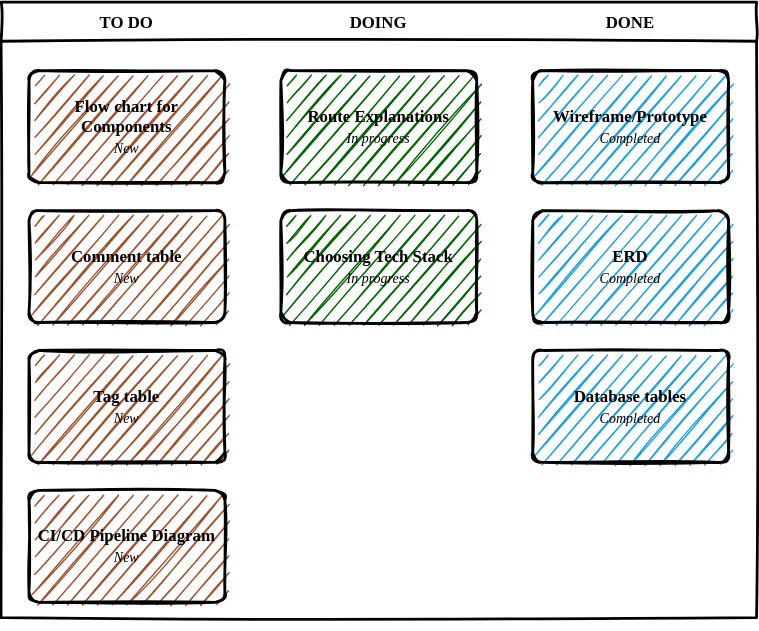
The draw.io diagram planning/FlashnerdsKanBan.drawio.svg in Diogenesoftoronto/flashnerds, before a commit. Source tidied: cells renumbered, new cells last; positions are measured from the earlier drawing's top-left corner, leaving out a move shared by most shapes. Its diagram source:
```xml
<mxGraphModel>
  <root>
    <mxCell id="0" />
    <mxCell id="1" parent="0" />
    <mxCell id="2" style="swimlane;fontStyle=2;horizontal=1;startSize=28;swimlaneFillColor=none;fontFamily=Permanent Marker;fontSize=16;verticalAlign=top;stackBorder=0;strokeWidth=2;sketch=1;disableMultiStroke=1;" parent="1" vertex="1">
      <mxGeometry width="540" height="440" as="geometry" />
    </mxCell>
    <mxCell id="3" value="TO DO" style="swimlane;strokeWidth=2;fontFamily=Permanent Marker;html=0;startSize=1;verticalAlign=bottom;spacingBottom=5;stackBorder=20;sketch=1;strokeColor=none;fillStyle=solid;fillColor=#A0522D;" parent="2" vertex="1">
      <mxGeometry y="28" width="180" height="421" as="geometry" />
    </mxCell>
    <object id="4" label="Flow chart for Components&lt;br&gt;&lt;span style=&quot;font-weight: normal&quot;&gt;&lt;i&gt;&lt;font style=&quot;font-size: 10px&quot;&gt;%status%&lt;/font&gt;&lt;/i&gt;&lt;/span&gt;" placeholders="1">
      <mxCell style="whiteSpace=wrap;html=1;strokeWidth=2;fillColor=swimlane;fontStyle=1;spacingTop=0;rounded=1;arcSize=9;sketch=1;fontFamily=Permanent Marker;hachureGap=8;fillWeight=1;" parent="3" vertex="1">
        <mxGeometry x="20" y="21" width="140" height="80" as="geometry" />
      </mxCell>
    </object>
    <object id="5" label="Comment table&lt;br&gt;&lt;span style=&quot;font-weight: normal&quot;&gt;&lt;i&gt;&lt;font style=&quot;font-size: 10px&quot;&gt;%status%&lt;/font&gt;&lt;/i&gt;&lt;/span&gt;" placeholders="1">
      <mxCell style="whiteSpace=wrap;html=1;strokeWidth=2;fillColor=swimlane;fontStyle=1;spacingTop=0;rounded=1;arcSize=9;sketch=1;fontFamily=Permanent Marker;hachureGap=8;fillWeight=1;" parent="3" vertex="1">
        <mxGeometry x="20" y="121" width="140" height="80" as="geometry" />
      </mxCell>
    </object>
    <object id="6" label="Tag table&lt;br&gt;&lt;span style=&quot;font-weight: normal&quot;&gt;&lt;i&gt;&lt;font style=&quot;font-size: 10px&quot;&gt;%status%&lt;/font&gt;&lt;/i&gt;&lt;/span&gt;" placeholders="1">
      <mxCell style="whiteSpace=wrap;html=1;strokeWidth=2;fillColor=swimlane;fontStyle=1;spacingTop=0;rounded=1;arcSize=9;sketch=1;fontFamily=Permanent Marker;hachureGap=8;fillWeight=1;" parent="3" vertex="1">
        <mxGeometry x="20" y="221" width="140" height="80" as="geometry" />
      </mxCell>
    </object>
    <object id="7" label="CI/CD Pipeline Diagram&lt;br&gt;&lt;span style=&quot;font-weight: normal&quot;&gt;&lt;i&gt;&lt;font style=&quot;font-size: 10px&quot;&gt;%status%&lt;/font&gt;&lt;/i&gt;&lt;/span&gt;" placeholders="1">
      <mxCell style="whiteSpace=wrap;html=1;strokeWidth=2;fillColor=swimlane;fontStyle=1;spacingTop=0;rounded=1;arcSize=9;sketch=1;fontFamily=Permanent Marker;hachureGap=8;fillWeight=1;" parent="3" vertex="1">
        <mxGeometry x="20" y="321" width="140" height="80" as="geometry" />
      </mxCell>
    </object>
    <mxCell id="8" value="DOING" style="swimlane;strokeWidth=2;fontFamily=Permanent Marker;html=0;startSize=1;verticalAlign=bottom;spacingBottom=5;stackBorder=20;sketch=1;strokeColor=none;fillStyle=solid;fillColor=#006600;" parent="2" vertex="1">
      <mxGeometry x="180" y="28" width="180" height="412" as="geometry" />
    </mxCell>
    <object id="9" label="Route Explanations&lt;br&gt;&lt;span style=&quot;font-weight: normal&quot;&gt;&lt;i&gt;&lt;font style=&quot;font-size: 10px&quot;&gt;%status%&lt;/font&gt;&lt;/i&gt;&lt;/span&gt;" placeholders="1">
      <mxCell style="whiteSpace=wrap;html=1;strokeWidth=2;fillColor=swimlane;fontStyle=1;spacingTop=0;rounded=1;arcSize=9;sketch=1;fontFamily=Permanent Marker;hachureGap=8;fillWeight=1;" parent="8" vertex="1">
        <mxGeometry x="20" y="21" width="140" height="80" as="geometry" />
      </mxCell>
    </object>
    <object id="10" label="Choosing Tech Stack&lt;br&gt;&lt;span style=&quot;font-weight: normal&quot;&gt;&lt;i&gt;&lt;font style=&quot;font-size: 10px&quot;&gt;%status%&lt;/font&gt;&lt;/i&gt;&lt;/span&gt;" placeholders="1">
      <mxCell style="whiteSpace=wrap;html=1;strokeWidth=2;fillColor=swimlane;fontStyle=1;spacingTop=0;rounded=1;arcSize=9;sketch=1;fontFamily=Permanent Marker;hachureGap=8;fillWeight=1;" parent="8" vertex="1">
        <mxGeometry x="20" y="121" width="140" height="80" as="geometry" />
      </mxCell>
    </object>
    <mxCell id="11" value="DONE" style="swimlane;strokeWidth=2;fontFamily=Permanent Marker;html=0;startSize=1;verticalAlign=bottom;spacingBottom=5;stackBorder=20;sketch=1;strokeColor=none;fillStyle=solid;fillColor=#1BA1E2;" parent="2" vertex="1">
      <mxGeometry x="360" y="28" width="180" height="412" as="geometry" />
    </mxCell>
    <object id="12" label="Wireframe/Prototype&lt;br&gt;&lt;span style=&quot;font-weight: normal&quot;&gt;&lt;i&gt;&lt;font style=&quot;font-size: 10px&quot;&gt;%status%&lt;/font&gt;&lt;/i&gt;&lt;/span&gt;" placeholders="1">
      <mxCell style="whiteSpace=wrap;html=1;strokeWidth=2;fillColor=swimlane;fontStyle=1;spacingTop=0;rounded=1;arcSize=9;sketch=1;fontFamily=Permanent Marker;hachureGap=8;fillWeight=1;" parent="11" vertex="1">
        <mxGeometry x="20" y="21" width="140" height="80" as="geometry" />
      </mxCell>
    </object>
    <object id="13" label="ERD&lt;br&gt;&lt;span style=&quot;font-weight: normal&quot;&gt;&lt;i&gt;&lt;font style=&quot;font-size: 10px&quot;&gt;%status%&lt;/font&gt;&lt;/i&gt;&lt;/span&gt;" placeholders="1">
      <mxCell style="whiteSpace=wrap;html=1;strokeWidth=2;fillColor=swimlane;fontStyle=1;spacingTop=0;rounded=1;arcSize=9;sketch=1;fontFamily=Permanent Marker;hachureGap=8;fillWeight=1;" parent="11" vertex="1">
        <mxGeometry x="20" y="121" width="140" height="80" as="geometry" />
      </mxCell>
    </object>
    <object id="14" label="Database tables&lt;br&gt;&lt;span style=&quot;font-weight: normal&quot;&gt;&lt;i&gt;&lt;font style=&quot;font-size: 10px&quot;&gt;%status%&lt;/font&gt;&lt;/i&gt;&lt;/span&gt;" placeholders="1">
      <mxCell style="whiteSpace=wrap;html=1;strokeWidth=2;fillColor=swimlane;fontStyle=1;spacingTop=0;rounded=1;arcSize=9;sketch=1;fontFamily=Permanent Marker;hachureGap=8;fillWeight=1;" parent="11" vertex="1">
        <mxGeometry x="20" y="221" width="140" height="80" as="geometry" />
      </mxCell>
    </object>
  </root>
</mxGraphModel>
```
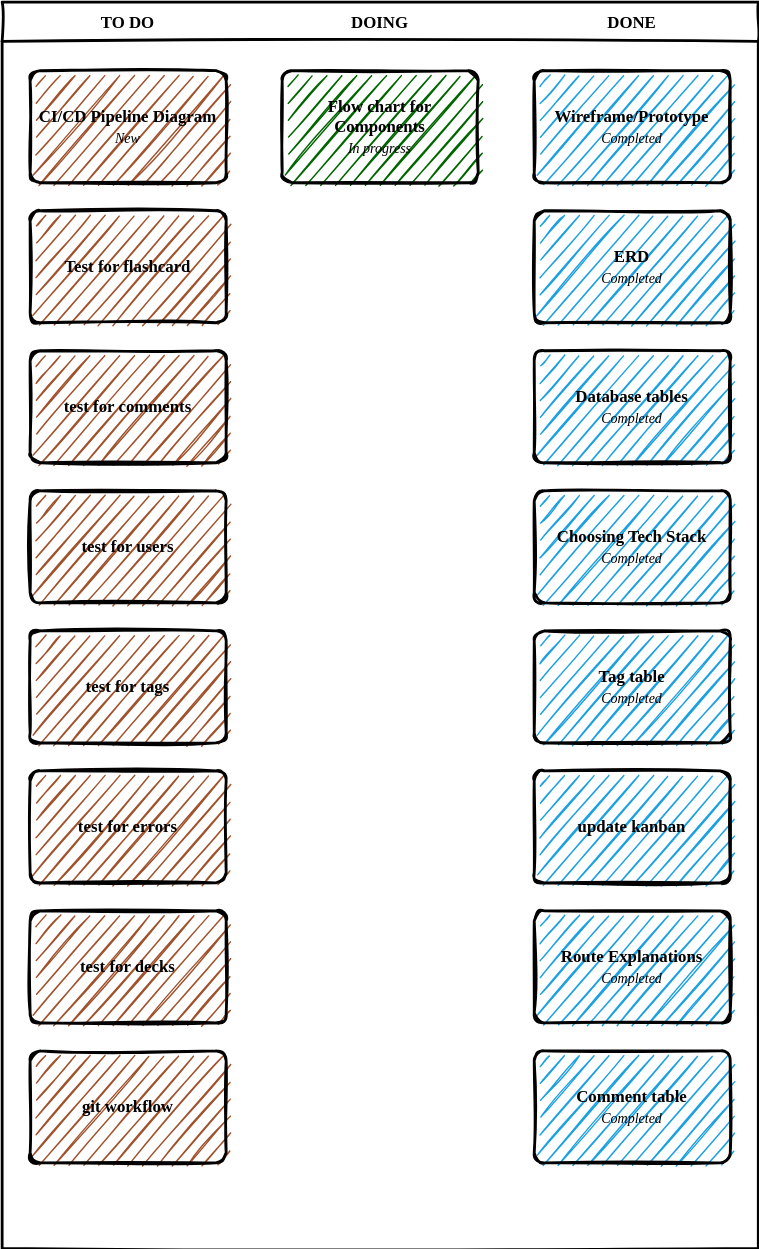
After the commit.

Commit message:
all charts updated and added flowchart for flashcards

The edit, as a diff of the source:
```diff
@@ -3,46 +3,47 @@
     <mxCell id="0" />
     <mxCell id="1" parent="0" />
     <mxCell id="2" style="swimlane;fontStyle=2;horizontal=1;startSize=28;swimlaneFillColor=none;fontFamily=Permanent Marker;fontSize=16;verticalAlign=top;stackBorder=0;strokeWidth=2;sketch=1;disableMultiStroke=1;" parent="1" vertex="1">
-      <mxGeometry width="540" height="440" as="geometry" />
+      <mxGeometry width="540" height="890" as="geometry" />
     </mxCell>
     <mxCell id="3" value="TO DO" style="swimlane;strokeWidth=2;fontFamily=Permanent Marker;html=0;startSize=1;verticalAlign=bottom;spacingBottom=5;stackBorder=20;sketch=1;strokeColor=none;fillStyle=solid;fillColor=#A0522D;" parent="2" vertex="1">
-      <mxGeometry y="28" width="180" height="421" as="geometry" />
+      <mxGeometry y="28" width="180" height="862" as="geometry" />
     </mxCell>
+    <object id="7" label="CI/CD Pipeline Diagram&lt;br&gt;&lt;span style=&quot;font-weight: normal&quot;&gt;&lt;i&gt;&lt;font style=&quot;font-size: 10px&quot;&gt;%status%&lt;/font&gt;&lt;/i&gt;&lt;/span&gt;" placeholders="1">
+      <mxCell style="whiteSpace=wrap;html=1;strokeWidth=2;fillColor=swimlane;fontStyle=1;spacingTop=0;rounded=1;arcSize=9;sketch=1;fontFamily=Permanent Marker;hachureGap=8;fillWeight=1;" parent="3" vertex="1">
+        <mxGeometry x="20" y="21" width="140" height="80" as="geometry" />
+      </mxCell>
+    </object>
+    <mxCell id="15" value="Test for flashcard" style="whiteSpace=wrap;html=1;strokeWidth=2;fillColor=swimlane;fontStyle=1;spacingTop=0;rounded=1;arcSize=9;sketch=1;fontFamily=Permanent Marker;hachureGap=8;fillWeight=1;" parent="3" vertex="1">
+      <mxGeometry x="20" y="121" width="140" height="80" as="geometry" />
+    </mxCell>
+    <mxCell id="16" value="test for comments" style="whiteSpace=wrap;html=1;strokeWidth=2;fillColor=swimlane;fontStyle=1;spacingTop=0;rounded=1;arcSize=9;sketch=1;fontFamily=Permanent Marker;hachureGap=8;fillWeight=1;" parent="3" vertex="1">
+      <mxGeometry x="20" y="221" width="140" height="80" as="geometry" />
+    </mxCell>
+    <mxCell id="17" value="test for users" style="whiteSpace=wrap;html=1;strokeWidth=2;fillColor=swimlane;fontStyle=1;spacingTop=0;rounded=1;arcSize=9;sketch=1;fontFamily=Permanent Marker;hachureGap=8;fillWeight=1;" parent="3" vertex="1">
+      <mxGeometry x="20" y="321" width="140" height="80" as="geometry" />
+    </mxCell>
+    <mxCell id="18" value="test for tags" style="whiteSpace=wrap;html=1;strokeWidth=2;fillColor=swimlane;fontStyle=1;spacingTop=0;rounded=1;arcSize=9;sketch=1;fontFamily=Permanent Marker;hachureGap=8;fillWeight=1;" parent="3" vertex="1">
+      <mxGeometry x="20" y="421" width="140" height="80" as="geometry" />
+    </mxCell>
+    <mxCell id="19" value="test for errors" style="whiteSpace=wrap;html=1;strokeWidth=2;fillColor=swimlane;fontStyle=1;spacingTop=0;rounded=1;arcSize=9;sketch=1;fontFamily=Permanent Marker;hachureGap=8;fillWeight=1;" parent="3" vertex="1">
+      <mxGeometry x="20" y="521" width="140" height="80" as="geometry" />
+    </mxCell>
+    <mxCell id="20" value="test for decks" style="whiteSpace=wrap;html=1;strokeWidth=2;fillColor=swimlane;fontStyle=1;spacingTop=0;rounded=1;arcSize=9;sketch=1;fontFamily=Permanent Marker;hachureGap=8;fillWeight=1;" parent="3" vertex="1">
+      <mxGeometry x="20" y="621" width="140" height="80" as="geometry" />
+    </mxCell>
+    <mxCell id="21" value="git workflow" style="whiteSpace=wrap;html=1;strokeWidth=2;fillColor=swimlane;fontStyle=1;spacingTop=0;rounded=1;arcSize=9;sketch=1;fontFamily=Permanent Marker;hachureGap=8;fillWeight=1;" parent="3" vertex="1">
+      <mxGeometry x="20" y="721" width="140" height="80" as="geometry" />
+    </mxCell>
+    <mxCell id="8" value="DOING" style="swimlane;strokeWidth=2;fontFamily=Permanent Marker;html=0;startSize=1;verticalAlign=bottom;spacingBottom=5;stackBorder=20;sketch=1;strokeColor=none;fillStyle=solid;fillColor=#006600;" parent="2" vertex="1">
+      <mxGeometry x="180" y="28" width="180" height="862" as="geometry" />
+    </mxCell>
     <object id="4" label="Flow chart for Components&lt;br&gt;&lt;span style=&quot;font-weight: normal&quot;&gt;&lt;i&gt;&lt;font style=&quot;font-size: 10px&quot;&gt;%status%&lt;/font&gt;&lt;/i&gt;&lt;/span&gt;" placeholders="1">
-      <mxCell style="whiteSpace=wrap;html=1;strokeWidth=2;fillColor=swimlane;fontStyle=1;spacingTop=0;rounded=1;arcSize=9;sketch=1;fontFamily=Permanent Marker;hachureGap=8;fillWeight=1;" parent="3" vertex="1">
+      <mxCell style="whiteSpace=wrap;html=1;strokeWidth=2;fillColor=swimlane;fontStyle=1;spacingTop=0;rounded=1;arcSize=9;sketch=1;fontFamily=Permanent Marker;hachureGap=8;fillWeight=1;" parent="8" vertex="1">
         <mxGeometry x="20" y="21" width="140" height="80" as="geometry" />
       </mxCell>
     </object>
-    <object id="5" label="Comment table&lt;br&gt;&lt;span style=&quot;font-weight: normal&quot;&gt;&lt;i&gt;&lt;font style=&quot;font-size: 10px&quot;&gt;%status%&lt;/font&gt;&lt;/i&gt;&lt;/span&gt;" placeholders="1">
-      <mxCell style="whiteSpace=wrap;html=1;strokeWidth=2;fillColor=swimlane;fontStyle=1;spacingTop=0;rounded=1;arcSize=9;sketch=1;fontFamily=Permanent Marker;hachureGap=8;fillWeight=1;" parent="3" vertex="1">
-        <mxGeometry x="20" y="121" width="140" height="80" as="geometry" />
-      </mxCell>
-    </object>
-    <object id="6" label="Tag table&lt;br&gt;&lt;span style=&quot;font-weight: normal&quot;&gt;&lt;i&gt;&lt;font style=&quot;font-size: 10px&quot;&gt;%status%&lt;/font&gt;&lt;/i&gt;&lt;/span&gt;" placeholders="1">
-      <mxCell style="whiteSpace=wrap;html=1;strokeWidth=2;fillColor=swimlane;fontStyle=1;spacingTop=0;rounded=1;arcSize=9;sketch=1;fontFamily=Permanent Marker;hachureGap=8;fillWeight=1;" parent="3" vertex="1">
-        <mxGeometry x="20" y="221" width="140" height="80" as="geometry" />
-      </mxCell>
-    </object>
-    <object id="7" label="CI/CD Pipeline Diagram&lt;br&gt;&lt;span style=&quot;font-weight: normal&quot;&gt;&lt;i&gt;&lt;font style=&quot;font-size: 10px&quot;&gt;%status%&lt;/font&gt;&lt;/i&gt;&lt;/span&gt;" placeholders="1">
-      <mxCell style="whiteSpace=wrap;html=1;strokeWidth=2;fillColor=swimlane;fontStyle=1;spacingTop=0;rounded=1;arcSize=9;sketch=1;fontFamily=Permanent Marker;hachureGap=8;fillWeight=1;" parent="3" vertex="1">
-        <mxGeometry x="20" y="321" width="140" height="80" as="geometry" />
-      </mxCell>
-    </object>
-    <mxCell id="8" value="DOING" style="swimlane;strokeWidth=2;fontFamily=Permanent Marker;html=0;startSize=1;verticalAlign=bottom;spacingBottom=5;stackBorder=20;sketch=1;strokeColor=none;fillStyle=solid;fillColor=#006600;" parent="2" vertex="1">
-      <mxGeometry x="180" y="28" width="180" height="412" as="geometry" />
-    </mxCell>
-    <object id="9" label="Route Explanations&lt;br&gt;&lt;span style=&quot;font-weight: normal&quot;&gt;&lt;i&gt;&lt;font style=&quot;font-size: 10px&quot;&gt;%status%&lt;/font&gt;&lt;/i&gt;&lt;/span&gt;" placeholders="1">
-      <mxCell style="whiteSpace=wrap;html=1;strokeWidth=2;fillColor=swimlane;fontStyle=1;spacingTop=0;rounded=1;arcSize=9;sketch=1;fontFamily=Permanent Marker;hachureGap=8;fillWeight=1;" parent="8" vertex="1">
-        <mxGeometry x="20" y="21" width="140" height="80" as="geometry" />
-      </mxCell>
-    </object>
-    <object id="10" label="Choosing Tech Stack&lt;br&gt;&lt;span style=&quot;font-weight: normal&quot;&gt;&lt;i&gt;&lt;font style=&quot;font-size: 10px&quot;&gt;%status%&lt;/font&gt;&lt;/i&gt;&lt;/span&gt;" placeholders="1">
-      <mxCell style="whiteSpace=wrap;html=1;strokeWidth=2;fillColor=swimlane;fontStyle=1;spacingTop=0;rounded=1;arcSize=9;sketch=1;fontFamily=Permanent Marker;hachureGap=8;fillWeight=1;" parent="8" vertex="1">
-        <mxGeometry x="20" y="121" width="140" height="80" as="geometry" />
-      </mxCell>
-    </object>
     <mxCell id="11" value="DONE" style="swimlane;strokeWidth=2;fontFamily=Permanent Marker;html=0;startSize=1;verticalAlign=bottom;spacingBottom=5;stackBorder=20;sketch=1;strokeColor=none;fillStyle=solid;fillColor=#1BA1E2;" parent="2" vertex="1">
-      <mxGeometry x="360" y="28" width="180" height="412" as="geometry" />
+      <mxGeometry x="360" y="28" width="180" height="862" as="geometry" />
     </mxCell>
     <object id="12" label="Wireframe/Prototype&lt;br&gt;&lt;span style=&quot;font-weight: normal&quot;&gt;&lt;i&gt;&lt;font style=&quot;font-size: 10px&quot;&gt;%status%&lt;/font&gt;&lt;/i&gt;&lt;/span&gt;" placeholders="1">
       <mxCell style="whiteSpace=wrap;html=1;strokeWidth=2;fillColor=swimlane;fontStyle=1;spacingTop=0;rounded=1;arcSize=9;sketch=1;fontFamily=Permanent Marker;hachureGap=8;fillWeight=1;" parent="11" vertex="1">
@@ -59,5 +60,28 @@
         <mxGeometry x="20" y="221" width="140" height="80" as="geometry" />
       </mxCell>
     </object>
+    <object id="10" label="Choosing Tech Stack&lt;br&gt;&lt;span style=&quot;font-weight: normal&quot;&gt;&lt;i&gt;&lt;font style=&quot;font-size: 10px&quot;&gt;%status%&lt;/font&gt;&lt;/i&gt;&lt;/span&gt;" placeholders="1">
+      <mxCell style="whiteSpace=wrap;html=1;strokeWidth=2;fillColor=swimlane;fontStyle=1;spacingTop=0;rounded=1;arcSize=9;sketch=1;fontFamily=Permanent Marker;hachureGap=8;fillWeight=1;" parent="11" vertex="1">
+        <mxGeometry x="20" y="321" width="140" height="80" as="geometry" />
+      </mxCell>
+    </object>
+    <object id="6" label="Tag table&lt;br&gt;&lt;span style=&quot;font-weight: normal&quot;&gt;&lt;i&gt;&lt;font style=&quot;font-size: 10px&quot;&gt;%status%&lt;/font&gt;&lt;/i&gt;&lt;/span&gt;" placeholders="1">
+      <mxCell style="whiteSpace=wrap;html=1;strokeWidth=2;fillColor=swimlane;fontStyle=1;spacingTop=0;rounded=1;arcSize=9;sketch=1;fontFamily=Permanent Marker;hachureGap=8;fillWeight=1;" parent="11" vertex="1">
+        <mxGeometry x="20" y="421" width="140" height="80" as="geometry" />
+      </mxCell>
+    </object>
+    <mxCell id="22" value="update kanban" style="whiteSpace=wrap;html=1;strokeWidth=2;fillColor=swimlane;fontStyle=1;spacingTop=0;rounded=1;arcSize=9;sketch=1;fontFamily=Permanent Marker;hachureGap=8;fillWeight=1;" parent="11" vertex="1">
+      <mxGeometry x="20" y="521" width="140" height="80" as="geometry" />
+    </mxCell>
+    <object id="9" label="Route Explanations&lt;br&gt;&lt;span style=&quot;font-weight: normal&quot;&gt;&lt;i&gt;&lt;font style=&quot;font-size: 10px&quot;&gt;%status%&lt;/font&gt;&lt;/i&gt;&lt;/span&gt;" placeholders="1">
+      <mxCell style="whiteSpace=wrap;html=1;strokeWidth=2;fillColor=swimlane;fontStyle=1;spacingTop=0;rounded=1;arcSize=9;sketch=1;fontFamily=Permanent Marker;hachureGap=8;fillWeight=1;" parent="11" vertex="1">
+        <mxGeometry x="20" y="621" width="140" height="80" as="geometry" />
+      </mxCell>
+    </object>
+    <object id="5" label="Comment table&lt;br&gt;&lt;span style=&quot;font-weight: normal&quot;&gt;&lt;i&gt;&lt;font style=&quot;font-size: 10px&quot;&gt;%status%&lt;/font&gt;&lt;/i&gt;&lt;/span&gt;" placeholders="1">
+      <mxCell style="whiteSpace=wrap;html=1;strokeWidth=2;fillColor=swimlane;fontStyle=1;spacingTop=0;rounded=1;arcSize=9;sketch=1;fontFamily=Permanent Marker;hachureGap=8;fillWeight=1;" parent="11" vertex="1">
+        <mxGeometry x="20" y="721" width="140" height="80" as="geometry" />
+      </mxCell>
+    </object>
   </root>
 </mxGraphModel>
```
